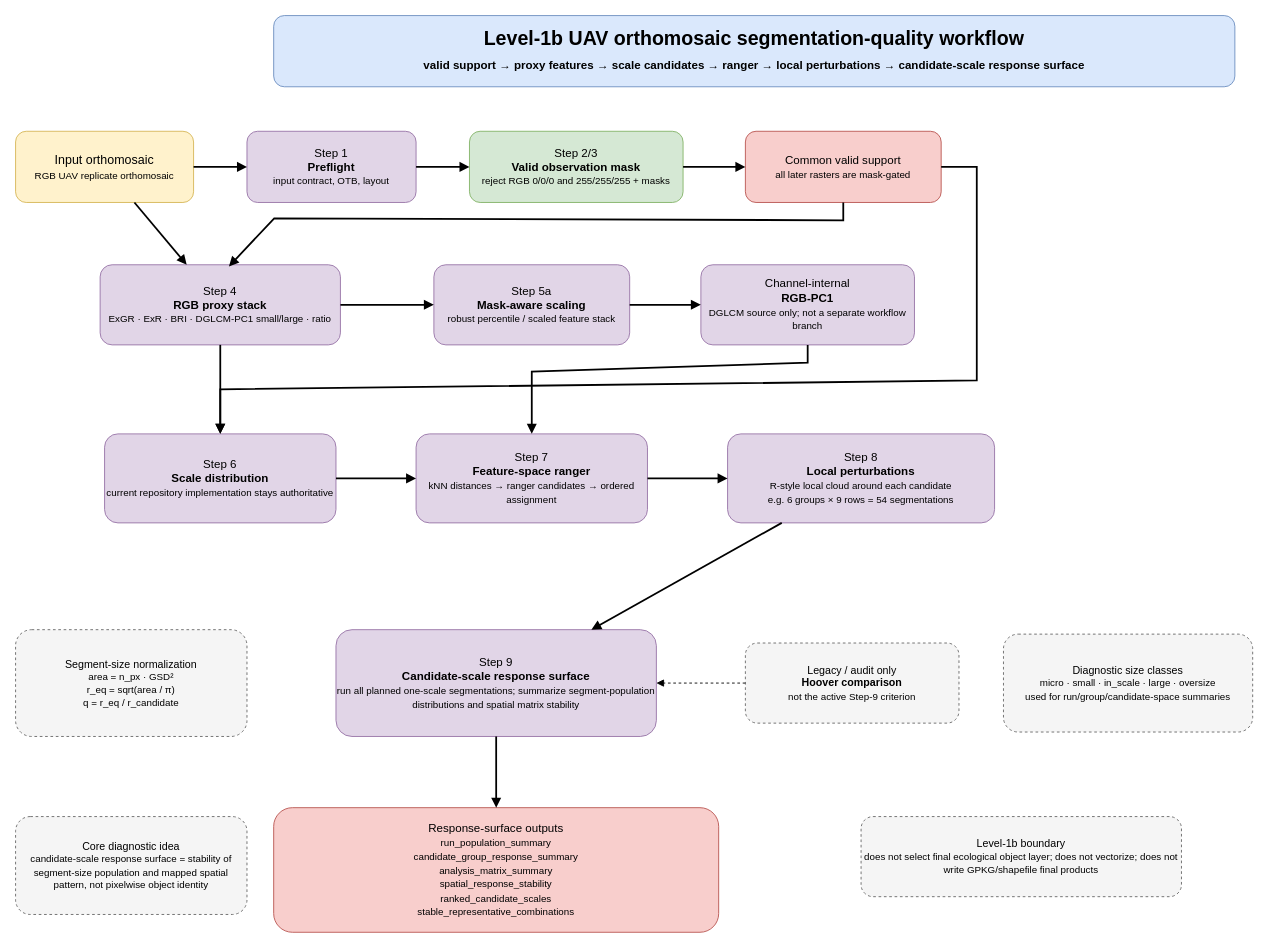
The draw.io diagram docs/figures/level1b_workflow_overview.drawio in gisma/metashape-qc-engine, before the edit. Source tidied: cells renumbered, new cells numbered last; positions are measured from the earlier drawing's top-left corner, leaving out a move shared by most shapes. Both pictures are drawn from the tidied source at 89%, with x=0, y=0 at pixel (15, 15).
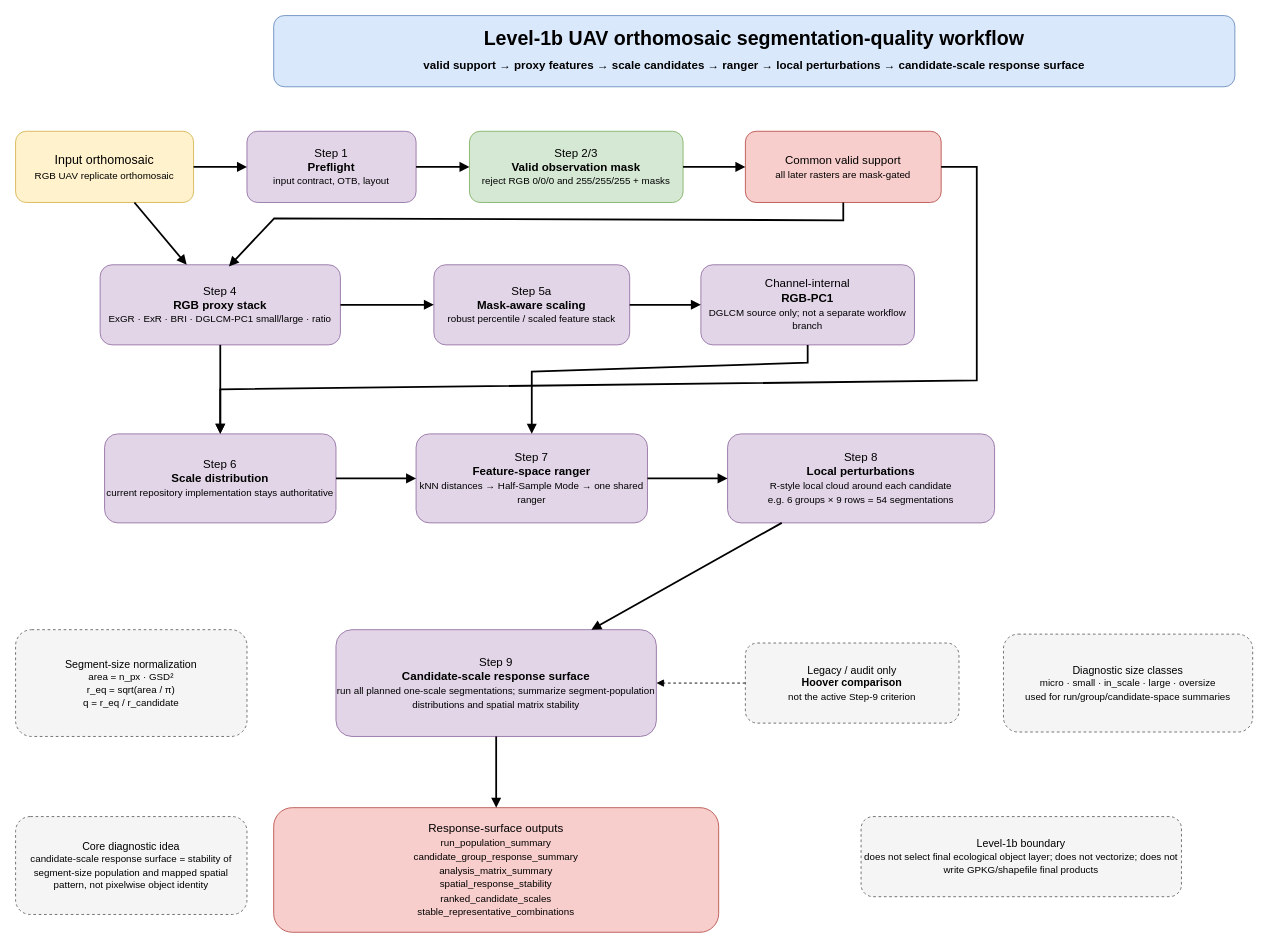
After the change.

Commit message (it also covers changes not shown here):
Replace ranger quantile ladder with scene HSM

Diff of the diagram source:
```diff
@@
-    <mxCell id="11" value="Step 7&lt;br&gt;&lt;b&gt;Feature-space ranger&lt;/b&gt;&lt;br&gt;&lt;font style='font-size: 11px'&gt;kNN distances → ranger candidates → ordered assignment&lt;/font&gt;" style="rounded=1;whiteSpace=wrap;html=1;fillColor=#e1d5e7;strokeColor=#9673a6;fontSize=13;" parent="1" vertex="1">
+    <mxCell id="11" value="Step 7&lt;br&gt;&lt;b&gt;Feature-space ranger&lt;/b&gt;&lt;br&gt;&lt;font style='font-size: 11px'&gt;kNN distances → Half-Sample Mode → one shared ranger&lt;/font&gt;" style="rounded=1;whiteSpace=wrap;html=1;fillColor=#e1d5e7;strokeColor=#9673a6;fontSize=13;" parent="1" vertex="1">
       <mxGeometry x="450" y="470" width="260" height="100" as="geometry" />
     </mxCell>
```
